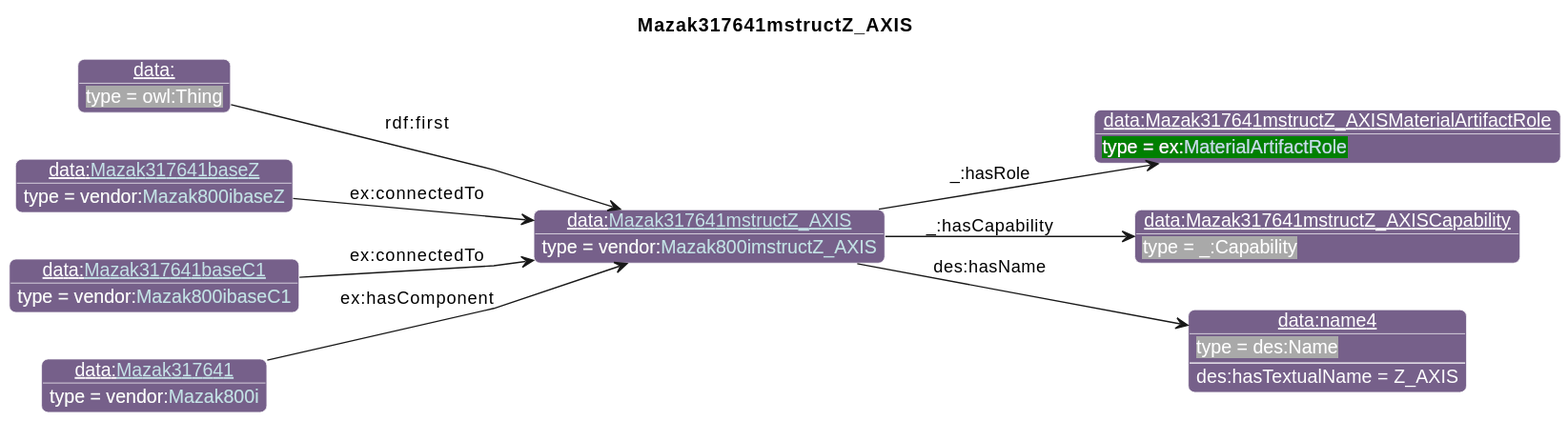
Earlier version of the PlantUML export diagrams/Mazak317641mstructZ_AXIS.svg (iofoundry/example-syseng-mtconnect).
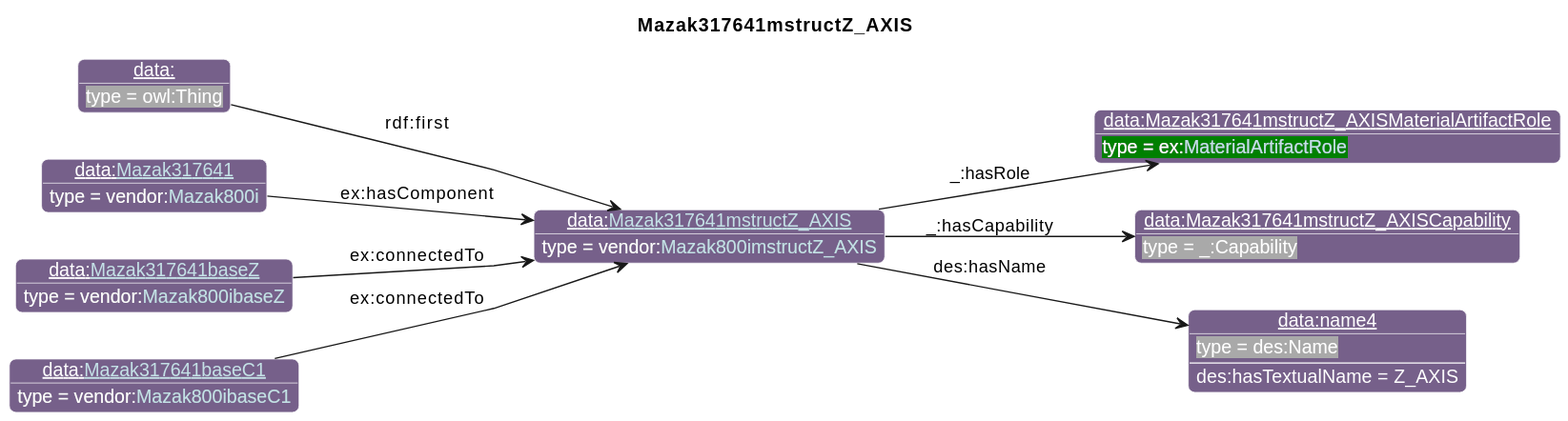
Later version of the same file.

Change to the diagram source:
```diff
@@ -30,15 +30,15 @@
 individual(o2, data:Mazak317641mstructZ_AXISCapability, _:Capability)
 individual(o3, data:name4, des:Name)
 individual(o4, data:, owl:Thing)
-individual(o5, data:[[./Mazak317641baseZ.html Mazak317641baseZ]], vendor:[[../Mazak.html#Mazak800ibaseZ Mazak800ibaseZ]])
-individual(o6, data:[[./Mazak317641baseC1.html Mazak317641baseC1]], vendor:[[../Mazak.html#Mazak800ibaseC1 Mazak800ibaseC1]])
-individual(o7, data:[[./Mazak317641.html Mazak317641]], vendor:[[../Mazak.html#Mazak800i Mazak800i]])
+individual(o5, data:[[./Mazak317641.html Mazak317641]], vendor:[[../Mazak.html#Mazak800i Mazak800i]])
+individual(o6, data:[[./Mazak317641baseZ.html Mazak317641baseZ]], vendor:[[../Mazak.html#Mazak800ibaseZ Mazak800ibaseZ]])
+individual(o7, data:[[./Mazak317641baseC1.html Mazak317641baseC1]], vendor:[[../Mazak.html#Mazak800ibaseC1 Mazak800ibaseC1]])
 property(o0, "_:hasRole", o1)
 property(o0, "_:hasCapability", o2)
 property(o0, "des:hasName", o3)
 data(o3, "des:hasTextualName", "Z_AXIS")
 property(o4, "rdf:first", o0)
-property(o5, "ex:connectedTo", o0)
+property(o5, "ex:hasComponent", o0)
 property(o6, "ex:connectedTo", o0)
-property(o7, "ex:hasComponent", o0)
+property(o7, "ex:connectedTo", o0)
 @enduml
```
